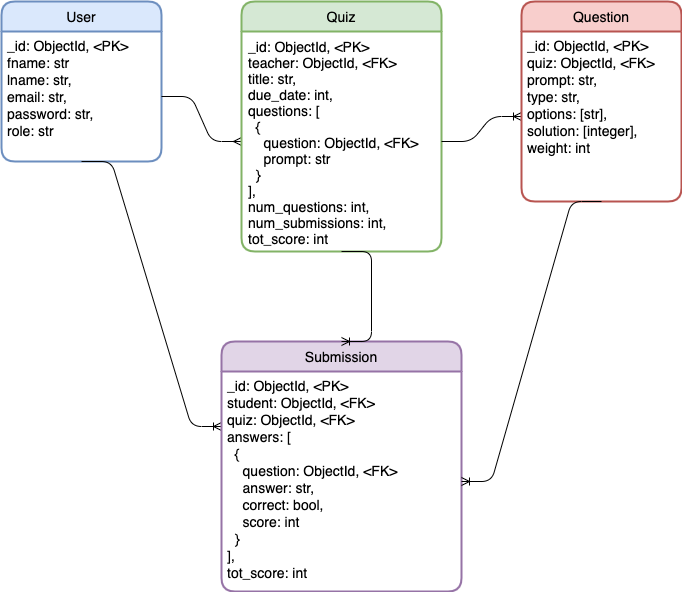
Before: Quiz-App.png, a diagram exported from draw.io (thisisharrison/quiz-app). Source tidied: cells renumbered, new cells last; positions are measured from the earlier drawing's top-left corner, leaving out a move shared by most shapes.
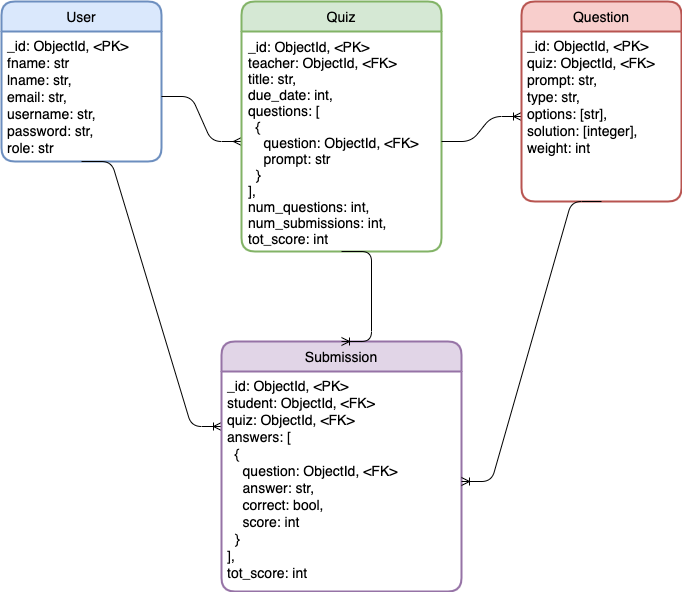
Later version of the same file.

The edit, as a diff of the source:
```diff
@@ -5,7 +5,7 @@
     <mxCell id="2" value="User" style="swimlane;horizontal=1;startSize=30;rounded=1;fontSize=14;fontStyle=0;strokeWidth=2;shadow=0;dashed=0;align=center;fillColor=#dae8fc;strokeColor=#6c8ebf;" parent="1" vertex="1">
       <mxGeometry width="160" height="160" as="geometry" />
     </mxCell>
-    <mxCell id="3" value="_id: ObjectId, &lt;PK&gt;&#10;fname: str&#10;lname: str,&#10;email: str,&#10;password: str,&#10;role: str" style="align=left;strokeColor=none;fillColor=none;spacingLeft=4;fontSize=14;verticalAlign=top;spacingBottom=1;" parent="2" vertex="1">
+    <mxCell id="3" value="_id: ObjectId, &lt;PK&gt;&#10;fname: str&#10;lname: str,&#10;email: str,&#10;username: str,&#10;password: str,&#10;role: str" style="align=left;strokeColor=none;fillColor=none;spacingLeft=4;fontSize=14;verticalAlign=top;spacingBottom=1;" parent="2" vertex="1">
       <mxGeometry y="30" width="160" height="130" as="geometry" />
     </mxCell>
     <mxCell id="4" style="edgeStyle=entityRelationEdgeStyle;fontSize=14;html=1;endArrow=ERmany;exitX=1;exitY=0.5;exitDx=0;exitDy=0;entryX=0;entryY=0.5;entryDx=0;entryDy=0;" parent="1" edge="1" source="3" target="6">
```
